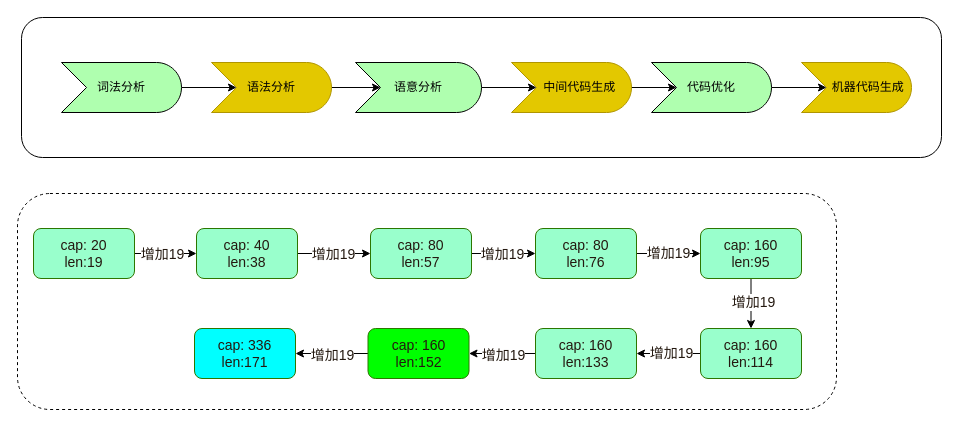
xinguai/asmshare keeps this draw.io diagram as page "go语言编译" (11 of 12) of sidecar.drawio. Above is the earlier version. Source tidied: cells renumbered, new cells numbered last; positions are measured from the earlier drawing's top-left corner, leaving out a move shared by most shapes. Both pictures are drawn from the tidied source at 100%, with x=0, y=0 at pixel (17, 17).
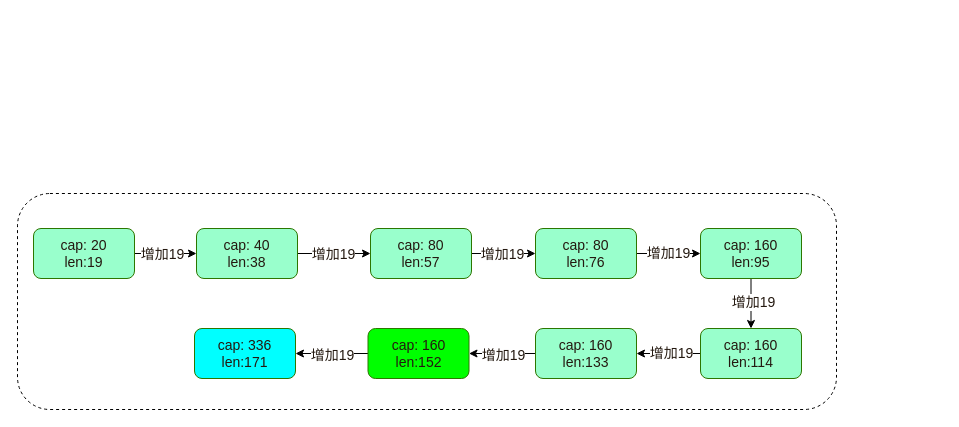
Above is the later version.

Diff of the diagram source:
```diff
@@
-    <mxCell id="3" style="rounded=1;whiteSpace=wrap;html=1;shadow=0;glass=0;" parent="1" vertex="1">
-      <mxGeometry x="4" width="920" height="140" as="geometry" />
-    </mxCell>
-    <mxCell id="4" style="edgeStyle=orthogonalEdgeStyle;rounded=0;jettySize=auto;html=1;exitX=1;exitY=0.5;exitDx=0;exitDy=0;exitPerimeter=0;entryX=0;entryY=0;entryDx=25;entryDy=25;entryPerimeter=0;" parent="1" edge="1" source="5" target="7">
-      <mxGeometry relative="1" as="geometry" />
-    </mxCell>
-    <mxCell id="5" value="词法分析" style="html=1;outlineConnect=0;whiteSpace=wrap;fillColor=#AFFFAF;shape=mxgraph.archimate3.event;rounded=0;" parent="1" vertex="1">
-      <mxGeometry x="44" y="45" width="120" height="50" as="geometry" />
-    </mxCell>
-    <mxCell id="6" style="edgeStyle=orthogonalEdgeStyle;rounded=0;jettySize=auto;html=1;exitX=1;exitY=0.5;exitDx=0;exitDy=0;exitPerimeter=0;entryX=0;entryY=0;entryDx=25;entryDy=25;entryPerimeter=0;" parent="1" edge="1" source="7" target="9">
-      <mxGeometry relative="1" as="geometry" />
-    </mxCell>
-    <mxCell id="7" value="语法分析" style="html=1;outlineConnect=0;whiteSpace=wrap;fillColor=#e3c800;shape=mxgraph.archimate3.event;rounded=0;fontColor=#000000;strokeColor=#B09500;" parent="1" vertex="1">
-      <mxGeometry x="194" y="45" width="120" height="50" as="geometry" />
-    </mxCell>
-    <mxCell id="8" style="edgeStyle=orthogonalEdgeStyle;rounded=0;jettySize=auto;html=1;exitX=1;exitY=0.5;exitDx=0;exitDy=0;exitPerimeter=0;entryX=0;entryY=0;entryDx=25;entryDy=25;entryPerimeter=0;" parent="1" edge="1" source="9" target="11">
-      <mxGeometry relative="1" as="geometry" />
-    </mxCell>
-    <mxCell id="9" value="语意分析" style="html=1;outlineConnect=0;whiteSpace=wrap;fillColor=#AFFFAF;shape=mxgraph.archimate3.event;rounded=0;" parent="1" vertex="1">
-      <mxGeometry x="338" y="45" width="126" height="50" as="geometry" />
-    </mxCell>
-    <mxCell id="10" style="edgeStyle=orthogonalEdgeStyle;rounded=0;jettySize=auto;html=1;exitX=1;exitY=0.5;exitDx=0;exitDy=0;exitPerimeter=0;entryX=0;entryY=0;entryDx=25;entryDy=25;entryPerimeter=0;" parent="1" edge="1" source="11" target="13">
-      <mxGeometry relative="1" as="geometry" />
-    </mxCell>
-    <mxCell id="11" value="&amp;nbsp; &amp;nbsp; &amp;nbsp;中间代码生成" style="html=1;outlineConnect=0;whiteSpace=wrap;fillColor=#e3c800;shape=mxgraph.archimate3.event;rounded=0;fontColor=#000000;strokeColor=#B09500;" parent="1" vertex="1">
-      <mxGeometry x="494" y="45" width="120" height="50" as="geometry" />
-    </mxCell>
-    <mxCell id="12" style="edgeStyle=orthogonalEdgeStyle;rounded=0;jettySize=auto;html=1;exitX=1;exitY=0.5;exitDx=0;exitDy=0;exitPerimeter=0;entryX=0;entryY=0;entryDx=25;entryDy=25;entryPerimeter=0;" parent="1" edge="1" source="13" target="14">
-      <mxGeometry relative="1" as="geometry" />
-    </mxCell>
-    <mxCell id="13" value="代码优化" style="html=1;outlineConnect=0;whiteSpace=wrap;fillColor=#AFFFAF;shape=mxgraph.archimate3.event;rounded=0;" parent="1" vertex="1">
-      <mxGeometry x="634" y="45" width="120" height="50" as="geometry" />
-    </mxCell>
-    <mxCell id="14" value="&amp;nbsp; &amp;nbsp; &amp;nbsp; &amp;nbsp;机器代码生成" style="html=1;outlineConnect=0;whiteSpace=wrap;fillColor=#e3c800;shape=mxgraph.archimate3.event;rounded=0;fontColor=#000000;strokeColor=#B09500;" parent="1" vertex="1">
-      <mxGeometry x="784" y="45" width="110" height="50" as="geometry" />
-    </mxCell>
```
